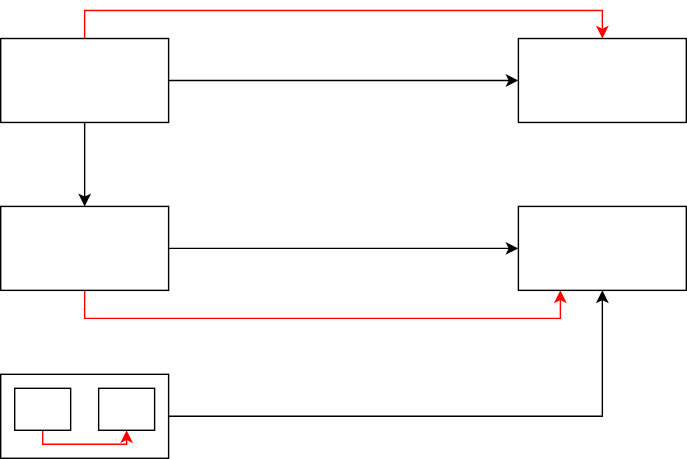
Earlier version of the draw.io export Untitled Diagram.drawio.svg (koshirohashimoto/udacity_cpp_nanodegree). Source tidied: cells renumbered, new cells last; positions are measured from the earlier drawing's top-left corner, leaving out a move shared by most shapes.
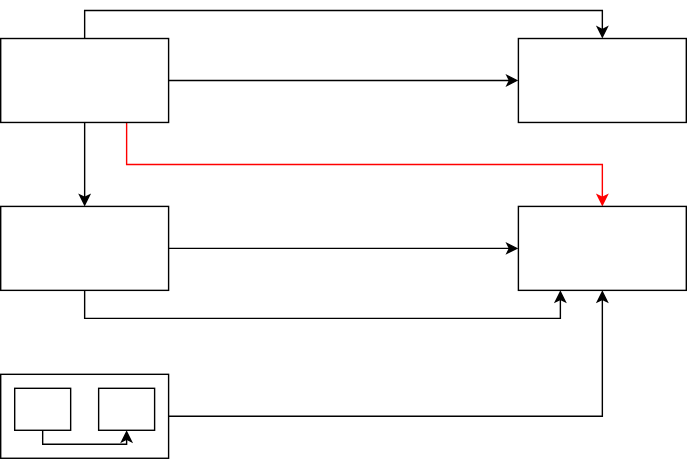
The same file after the commit.

Change to the diagram source:
```diff
@@ -8,16 +8,19 @@
     <mxCell id="3" style="edgeStyle=orthogonalEdgeStyle;rounded=0;jettySize=auto;html=1;exitX=0.5;exitY=1;exitDx=0;exitDy=0;entryX=0.5;entryY=0;entryDx=0;entryDy=0;" parent="1" edge="1" source="5" target="8">
       <mxGeometry relative="1" as="geometry" />
     </mxCell>
-    <mxCell id="4" style="edgeStyle=orthogonalEdgeStyle;rounded=0;jettySize=auto;html=1;exitX=0.5;exitY=0;exitDx=0;exitDy=0;entryX=0.5;entryY=0;entryDx=0;entryDy=0;strokeColor=#FF0000;" parent="1" edge="1" source="5" target="11">
+    <mxCell id="4" style="edgeStyle=orthogonalEdgeStyle;rounded=0;jettySize=auto;html=1;exitX=0.5;exitY=0;exitDx=0;exitDy=0;entryX=0.5;entryY=0;entryDx=0;entryDy=0;strokeColor=#000000;" parent="1" edge="1" source="5" target="11">
       <mxGeometry relative="1" as="geometry" />
     </mxCell>
+    <mxCell id="16" style="edgeStyle=orthogonalEdgeStyle;rounded=0;jettySize=auto;html=1;exitX=0.75;exitY=1;exitDx=0;exitDy=0;entryX=0.5;entryY=0;entryDx=0;entryDy=0;strokeColor=#FF0000;" parent="1" edge="1" source="5" target="12">
+      <mxGeometry relative="1" as="geometry" />
+    </mxCell>
     <mxCell id="5" style="whiteSpace=wrap;html=1;" parent="1" vertex="1">
       <mxGeometry width="120" height="60" as="geometry" />
     </mxCell>
     <mxCell id="6" style="edgeStyle=orthogonalEdgeStyle;rounded=0;jettySize=auto;html=1;exitX=1;exitY=0.5;exitDx=0;exitDy=0;entryX=0;entryY=0.5;entryDx=0;entryDy=0;" parent="1" edge="1" source="8" target="12">
       <mxGeometry relative="1" as="geometry" />
     </mxCell>
-    <mxCell id="7" style="edgeStyle=orthogonalEdgeStyle;rounded=0;jettySize=auto;html=1;exitX=0.5;exitY=1;exitDx=0;exitDy=0;entryX=0.25;entryY=1;entryDx=0;entryDy=0;strokeColor=#FF0000;" parent="1" edge="1" source="8" target="12">
+    <mxCell id="7" style="edgeStyle=orthogonalEdgeStyle;rounded=0;jettySize=auto;html=1;exitX=0.5;exitY=1;exitDx=0;exitDy=0;entryX=0.25;entryY=1;entryDx=0;entryDy=0;strokeColor=#000000;" parent="1" edge="1" source="8" target="12">
       <mxGeometry relative="1" as="geometry" />
     </mxCell>
     <mxCell id="8" style="whiteSpace=wrap;html=1;" parent="1" vertex="1">
@@ -35,7 +38,7 @@
     <mxCell id="12" style="whiteSpace=wrap;html=1;" parent="1" vertex="1">
       <mxGeometry x="370" y="120" width="120" height="60" as="geometry" />
     </mxCell>
-    <mxCell id="13" style="edgeStyle=orthogonalEdgeStyle;rounded=0;jettySize=auto;html=1;exitX=0.5;exitY=1;exitDx=0;exitDy=0;entryX=0.5;entryY=1;entryDx=0;entryDy=0;strokeColor=#FF0000;" parent="1" edge="1" source="14" target="15">
+    <mxCell id="13" style="edgeStyle=orthogonalEdgeStyle;rounded=0;jettySize=auto;html=1;exitX=0.5;exitY=1;exitDx=0;exitDy=0;entryX=0.5;entryY=1;entryDx=0;entryDy=0;strokeColor=#000000;" parent="1" edge="1" source="14" target="15">
       <mxGeometry relative="1" as="geometry">
         <Array as="points">
           <mxPoint x="30" y="290" />
```
